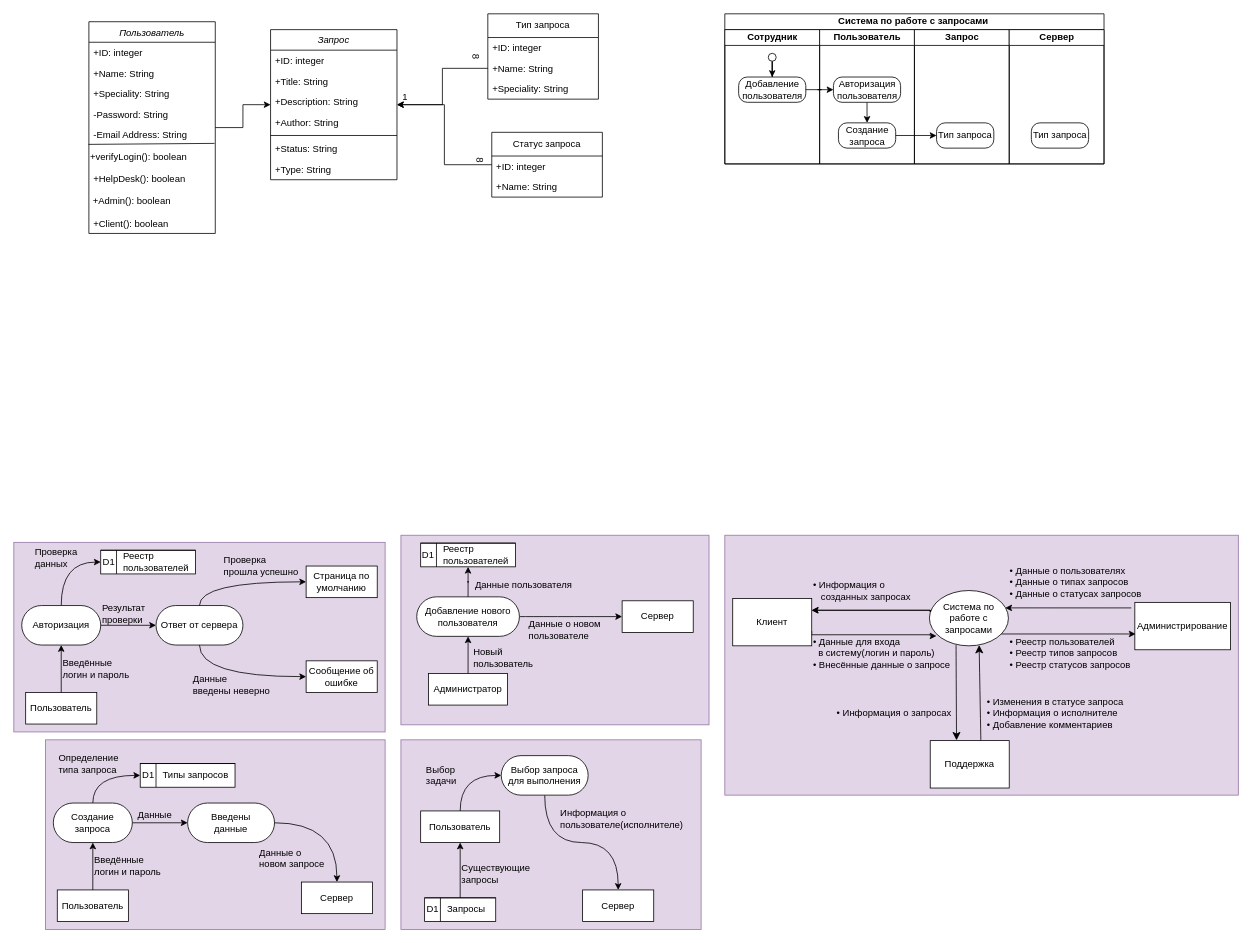
This is Диаграмма без названия.drawio from Fuamau/BlogProvider, a draw.io file, before an edit. Source tidied: cells renumbered, new cells numbered last; positions are measured from the earlier drawing's top-left corner, leaving out a move shared by most shapes. Both pictures are drawn from the tidied source at 79%, with x=0, y=0 at pixel (13, 13).
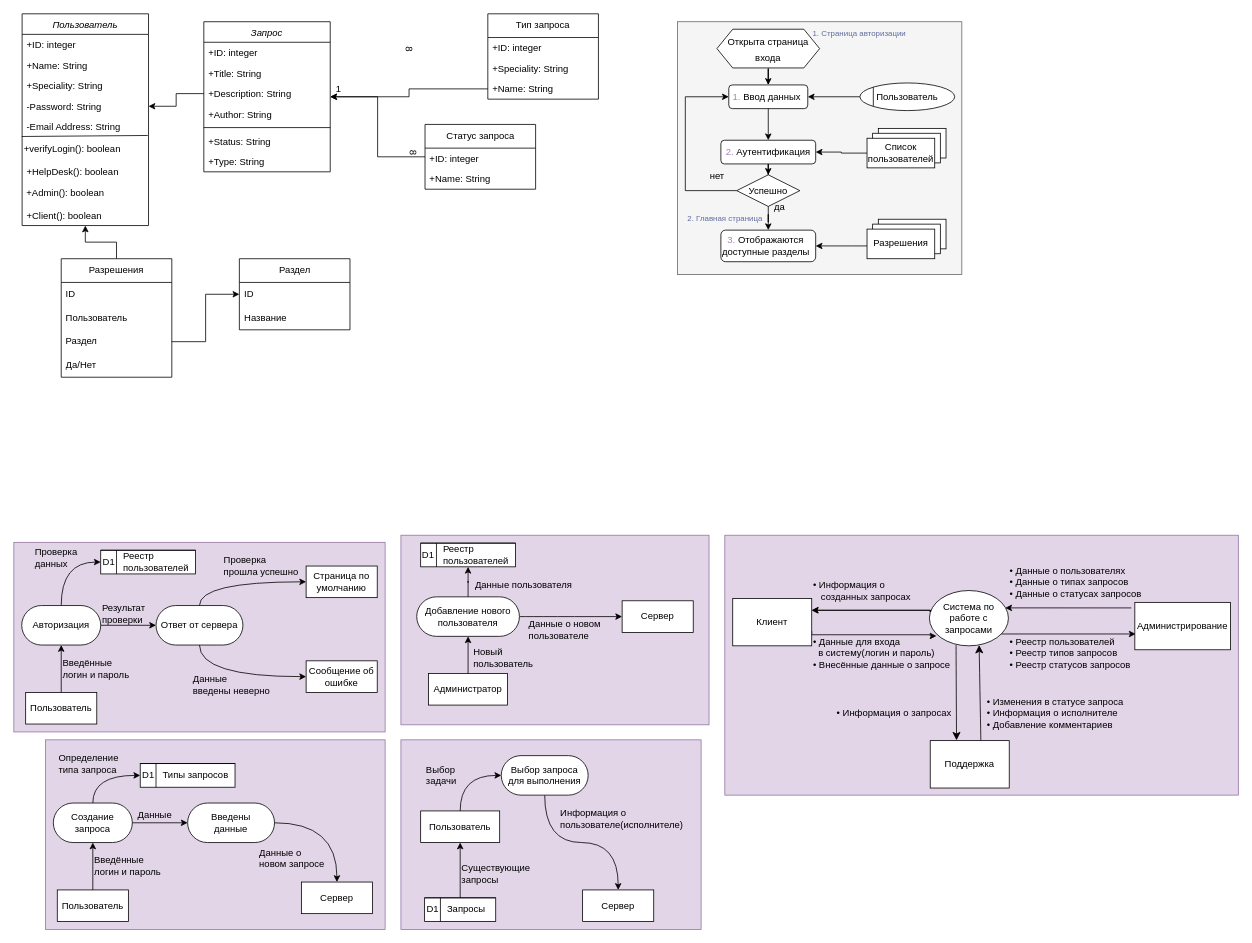
After the change.

Unchanged cells that the change refers to:
```xml
<mxCell id="7" value="-Password: String" style="text;align=left;verticalAlign=top;spacingLeft=4;spacingRight=4;overflow=hidden;points=[[0,0.5],[1,0.5]];portConstraint=eastwest;rounded=0;shadow=0;html=0;" parent="3" vertex="1">
  <mxGeometry y="104" width="160" height="26" as="geometry" />
</mxCell>
<mxCell id="17" value="+Description: String" style="text;align=left;verticalAlign=top;spacingLeft=4;spacingRight=4;overflow=hidden;points=[[0,0.5],[1,0.5]];portConstraint=eastwest;" parent="14" vertex="1">
  <mxGeometry y="78" width="160" height="26" as="geometry" />
</mxCell>
<mxCell id="116" value="Тип запроса" style="swimlane;fontStyle=0;horizontal=1;startSize=30;whiteSpace=wrap;html=1;" parent="1" vertex="1">
  <mxGeometry x="600" width="140" height="108" as="geometry" />
</mxCell>
```

What changed in the source:
```diff
@@
-    <mxCell id="2" style="edgeStyle=orthogonalEdgeStyle;rounded=0;jettySize=auto;html=1;" parent="1" edge="1" source="3" target="14">
-      <mxGeometry relative="1" as="geometry" />
-    </mxCell>
     <mxCell id="3" value="Пользователь" style="swimlane;fontStyle=2;align=center;verticalAlign=top;horizontal=1;startSize=26;rounded=0;shadow=0;strokeWidth=1;" parent="1" vertex="1">
-      <mxGeometry x="95" y="10" width="160" height="268" as="geometry" />
+      <mxGeometry x="10.5" width="160" height="268" as="geometry" />
     </mxCell>
@@
     <mxCell id="14" value="Запрос" style="swimlane;fontStyle=2;align=center;verticalAlign=top;horizontal=1;startSize=26;rounded=0;shadow=0;strokeWidth=1;" parent="1" vertex="1">
-      <mxGeometry x="325" y="20" width="160" height="190" as="geometry" />
+      <mxGeometry x="240.5" y="10" width="160" height="190" as="geometry" />
     </mxCell>
@@
-    <mxCell id="71" value="Система по работе с запросами&amp;nbsp;" style="swimlane;startSize=20;html=1;" parent="1" vertex="1">
-      <mxGeometry x="900" width="480" height="190" as="geometry" />
-    </mxCell>
-    <mxCell id="72" value="Сотрудник" style="swimlane;startSize=20;html=1;" parent="71" vertex="1">
-      <mxGeometry y="20" width="120" height="170" as="geometry" />
-    </mxCell>
-    <mxCell id="73" style="edgeStyle=orthogonalEdgeStyle;rounded=0;jettySize=auto;html=1;entryX=0.5;entryY=0;entryDx=0;entryDy=0;" parent="72" edge="1" source="74" target="75">
-      <mxGeometry relative="1" as="geometry" />
-    </mxCell>
-    <mxCell id="74" style="ellipse;whiteSpace=wrap;html=1;" parent="72" vertex="1">
-      <mxGeometry x="55" y="30" width="10" height="10" as="geometry" />
-    </mxCell>
-    <mxCell id="75" value="Добавление пользователя" style="rounded=1;whiteSpace=wrap;html=1;arcSize=34;" parent="72" vertex="1">
-      <mxGeometry x="17.5" y="60" width="85" height="32" as="geometry" />
-    </mxCell>
-    <mxCell id="76" value="Пользователь" style="swimlane;startSize=20;html=1;" parent="71" vertex="1">
-      <mxGeometry x="120" y="20" width="120" height="170" as="geometry" />
-    </mxCell>
-    <mxCell id="77" style="edgeStyle=orthogonalEdgeStyle;rounded=0;jettySize=auto;html=1;exitX=0.5;exitY=1;exitDx=0;exitDy=0;entryX=0.5;entryY=0;entryDx=0;entryDy=0;" parent="76" edge="1" source="78" target="79">
-      <mxGeometry relative="1" as="geometry" />
-    </mxCell>
-    <mxCell id="78" value="Авторизация пользователя" style="rounded=1;whiteSpace=wrap;html=1;arcSize=34;" parent="76" vertex="1">
-      <mxGeometry x="17.5" y="60" width="85" height="32" as="geometry" />
-    </mxCell>
-    <mxCell id="79" value="Создание запроса" style="rounded=1;whiteSpace=wrap;html=1;arcSize=34;" parent="76" vertex="1">
-      <mxGeometry x="23.8" y="118" width="72.5" height="32" as="geometry" />
-    </mxCell>
-    <mxCell id="80" value="Запрос" style="swimlane;startSize=20;html=1;" parent="71" vertex="1">
-      <mxGeometry x="240" y="20" width="120" height="170" as="geometry" />
-    </mxCell>
-    <mxCell id="81" value="Тип запроса" style="rounded=1;whiteSpace=wrap;html=1;arcSize=34;" parent="80" vertex="1">
-      <mxGeometry x="28" y="118" width="72.5" height="32" as="geometry" />
-    </mxCell>
-    <mxCell id="82" style="edgeStyle=orthogonalEdgeStyle;rounded=0;jettySize=auto;html=1;entryX=0;entryY=0.5;entryDx=0;entryDy=0;" parent="71" edge="1" source="75" target="78">
-      <mxGeometry relative="1" as="geometry" />
-    </mxCell>
-    <mxCell id="83" style="edgeStyle=orthogonalEdgeStyle;rounded=0;jettySize=auto;html=1;entryX=0;entryY=0.5;entryDx=0;entryDy=0;" parent="71" edge="1" source="79" target="81">
-      <mxGeometry relative="1" as="geometry" />
-    </mxCell>
-    <mxCell id="84" value="Сервер" style="swimlane;startSize=20;html=1;" parent="71" vertex="1">
-      <mxGeometry x="360" y="20" width="120" height="170" as="geometry" />
-    </mxCell>
-    <mxCell id="85" value="Тип запроса" style="rounded=1;whiteSpace=wrap;html=1;arcSize=34;" parent="84" vertex="1">
-      <mxGeometry x="28" y="118" width="72.5" height="32" as="geometry" />
-    </mxCell>
@@
+    <mxCell id="119" value="+Speciality: String" style="text;align=left;verticalAlign=top;spacingLeft=4;spacingRight=4;overflow=hidden;" parent="116" vertex="1">
+      <mxGeometry y="56" width="140" height="26" as="geometry" />
+    </mxCell>
     <mxCell id="118" value="+Name: String" style="text;align=left;verticalAlign=top;spacingLeft=4;spacingRight=4;overflow=hidden;points=[[0,0.5],[1,0.5]];portConstraint=eastwest;" parent="116" vertex="1">
-      <mxGeometry y="56" width="140" height="26" as="geometry" />
+      <mxGeometry y="82" width="140" height="26" as="geometry" />
     </mxCell>
-    <mxCell id="119" value="+Speciality: String" style="text;align=left;verticalAlign=top;spacingLeft=4;spacingRight=4;overflow=hidden;" parent="116" vertex="1">
-      <mxGeometry y="82" width="140" height="26" as="geometry" />
-    </mxCell>
@@
     <mxCell id="122" value="Статус запроса" style="swimlane;fontStyle=0;horizontal=1;startSize=30;whiteSpace=wrap;html=1;" parent="1" vertex="1">
-      <mxGeometry x="605" y="150" width="140" height="82" as="geometry" />
+      <mxGeometry x="520.5" y="140" width="140" height="82" as="geometry" />
     </mxCell>
@@
     <mxCell id="125" value="8" style="text;html=1;align=center;verticalAlign=middle;strokeColor=none;fillColor=none;rotation=91;" parent="1" vertex="1">
-      <mxGeometry x="570" y="39" width="30" height="30" as="geometry" />
+      <mxGeometry x="485.5" y="29" width="30" height="30" as="geometry" />
     </mxCell>
     <mxCell id="126" value="8" style="text;html=1;align=center;verticalAlign=middle;strokeColor=none;fillColor=none;rotation=91;" parent="1" vertex="1">
-      <mxGeometry x="575" y="170" width="30" height="30" as="geometry" />
+      <mxGeometry x="490.5" y="160" width="30" height="30" as="geometry" />
     </mxCell>
     <mxCell id="127" value="1" style="text;html=1;align=center;verticalAlign=middle;strokeColor=none;fillColor=none;" parent="1" vertex="1">
-      <mxGeometry x="480" y="90" width="30" height="30" as="geometry" />
+      <mxGeometry x="395.5" y="80" width="30" height="30" as="geometry" />
     </mxCell>
+    <mxCell id="128" style="group;" parent="1" vertex="1">
+      <mxGeometry x="840" y="10" width="360" height="320" as="geometry" />
+    </mxCell>
+    <mxCell id="129" style="text;align=left;verticalAlign=middle;spacingTop=-1;spacingLeft=4;spacingRight=4;labelPosition=right;fillColor=#f5f5f5;strokeColor=#666666;fontColor=#333333;" parent="128" vertex="1">
+      <mxGeometry width="360" height="320" as="geometry" />
+    </mxCell>
+    <mxCell id="130" value="&lt;font style=&quot;font-size: 12px;&quot;&gt;Открыта страница входа&lt;/font&gt;" style="shape=hexagon;perimeter=hexagonPerimeter2;whiteSpace=wrap;html=1;fixedSize=1;fontSize=16;" parent="128" vertex="1">
+      <mxGeometry x="50" y="9.5" width="130" height="49" as="geometry" />
+    </mxCell>
+    <mxCell id="131" value="&amp;nbsp;&lt;font color=&quot;#a680b8&quot;&gt;1.&lt;/font&gt; Ввод данных" style="rounded=1;whiteSpace=wrap;html=1;align=left;" parent="128" vertex="1">
+      <mxGeometry x="65" y="80" width="100" height="30" as="geometry" />
+    </mxCell>
+    <mxCell id="132" style="edgeStyle=orthogonalEdgeStyle;rounded=0;jettySize=auto;html=1;entryX=0.5;entryY=0;entryDx=0;entryDy=0;" parent="128" edge="1" source="130" target="131">
+      <mxGeometry relative="1" as="geometry" />
+    </mxCell>
+    <mxCell id="133" style="edgeStyle=orthogonalEdgeStyle;rounded=0;jettySize=auto;html=1;entryX=0.5;entryY=0;entryDx=0;entryDy=0;" parent="128" edge="1" source="134" target="141">
+      <mxGeometry relative="1" as="geometry" />
+    </mxCell>
+    <mxCell id="134" value="&lt;font color=&quot;#a680b8&quot;&gt;2.&lt;/font&gt; Аутентификация" style="rounded=1;whiteSpace=wrap;html=1;" parent="128" vertex="1">
+      <mxGeometry x="55" y="150" width="120" height="30" as="geometry" />
+    </mxCell>
+    <mxCell id="135" style="edgeStyle=orthogonalEdgeStyle;rounded=0;jettySize=auto;html=1;entryX=0.5;entryY=0;entryDx=0;entryDy=0;" parent="128" edge="1" source="131" target="134">
+      <mxGeometry relative="1" as="geometry" />
+    </mxCell>
+    <mxCell id="136" style="edgeStyle=orthogonalEdgeStyle;rounded=0;jettySize=auto;html=1;entryX=1;entryY=0.5;entryDx=0;entryDy=0;" parent="128" edge="1" source="137" target="131">
+      <mxGeometry relative="1" as="geometry" />
+    </mxCell>
+    <mxCell id="137" value="Пользователь" style="ellipse;whiteSpace=wrap;html=1;" parent="128" vertex="1">
+      <mxGeometry x="231" y="77.5" width="120" height="35" as="geometry" />
+    </mxCell>
+    <mxCell id="138" style="edgeStyle=orthogonalEdgeStyle;rounded=0;orthogonalLoop=1;jettySize=auto;html=1;exitX=0;exitY=0;exitDx=0;exitDy=0;entryX=0;entryY=1;entryDx=0;entryDy=0;endArrow=none;endFill=0;" parent="128" edge="1" source="137" target="137">
+      <mxGeometry relative="1" as="geometry" />
+    </mxCell>
+    <mxCell id="139" style="edgeStyle=orthogonalEdgeStyle;rounded=0;jettySize=auto;html=1;entryX=1;entryY=0.5;entryDx=0;entryDy=0;" parent="128" edge="1" source="151" target="134">
+      <mxGeometry relative="1" as="geometry" />
+    </mxCell>
+    <mxCell id="140" style="edgeStyle=orthogonalEdgeStyle;rounded=0;jettySize=auto;html=1;entryX=0;entryY=0.5;entryDx=0;entryDy=0;exitX=0;exitY=0.5;exitDx=0;exitDy=0;" parent="128" edge="1" source="141" target="131">
+      <mxGeometry relative="1" as="geometry">
+        <Array as="points">
+          <mxPoint x="10" y="214" />
+          <mxPoint x="10" y="95" />
+        </Array>
+      </mxGeometry>
+    </mxCell>
+    <mxCell id="141" value="Успешно" style="rhombus;whiteSpace=wrap;html=1;" parent="128" vertex="1">
+      <mxGeometry x="75" y="193.8" width="80" height="40" as="geometry" />
+    </mxCell>
+    <mxCell id="142" value="нет" style="text;html=1;align=center;verticalAlign=middle;strokeColor=none;fillColor=none;" parent="128" vertex="1">
+      <mxGeometry x="30" y="180" width="40" height="30" as="geometry" />
+    </mxCell>
+    <mxCell id="143" value="&lt;font color=&quot;#a680b8&quot;&gt;&amp;nbsp; 3.&lt;/font&gt;&amp;nbsp;Отображаются доступные разделы" style="rounded=1;whiteSpace=wrap;html=1;align=left;" parent="128" vertex="1">
+      <mxGeometry x="55" y="263.8" width="120" height="40" as="geometry" />
+    </mxCell>
+    <mxCell id="144" style="edgeStyle=orthogonalEdgeStyle;rounded=0;jettySize=auto;html=1;entryX=0.5;entryY=0;entryDx=0;entryDy=0;" parent="128" edge="1" source="141" target="143">
+      <mxGeometry relative="1" as="geometry" />
+    </mxCell>
+    <mxCell id="145" value="да" style="text;html=1;align=center;verticalAlign=middle;strokeColor=none;fillColor=none;" parent="128" vertex="1">
+      <mxGeometry x="109" y="220" width="40" height="30" as="geometry" />
+    </mxCell>
+    <mxCell id="146" style="edgeStyle=orthogonalEdgeStyle;rounded=0;jettySize=auto;html=1;entryX=1;entryY=0.5;entryDx=0;entryDy=0;" parent="128" edge="1" source="155" target="143">
+      <mxGeometry relative="1" as="geometry">
+        <Array as="points">
+          <mxPoint x="220" y="284" />
+        </Array>
+      </mxGeometry>
+    </mxCell>
+    <mxCell id="147" value="&lt;font color=&quot;#606c9f&quot; style=&quot;font-size: 10px;&quot;&gt;1. Страница авторизации&lt;/font&gt;" style="text;html=1;align=center;verticalAlign=middle;strokeColor=none;fillColor=none;" parent="128" vertex="1">
+      <mxGeometry x="160" width="140" height="30" as="geometry" />
+    </mxCell>
+    <mxCell id="148" style="group;" parent="128" vertex="1">
+      <mxGeometry x="240" y="135" width="100" height="50" as="geometry" />
+    </mxCell>
+    <mxCell id="149" style="rounded=0;whiteSpace=wrap;html=1;" parent="148" vertex="1">
+      <mxGeometry x="14.3" width="85.7" height="37.5" as="geometry" />
+    </mxCell>
+    <mxCell id="150" style="rounded=0;whiteSpace=wrap;html=1;" parent="148" vertex="1">
+      <mxGeometry x="7.1" y="6.2" width="85.7" height="37.5" as="geometry" />
+    </mxCell>
+    <mxCell id="151" value="Список пользователей" style="rounded=0;whiteSpace=wrap;html=1;" parent="148" vertex="1">
+      <mxGeometry y="12.5" width="85.7" height="37.5" as="geometry" />
+    </mxCell>
+    <mxCell id="152" style="group;" parent="128" vertex="1">
+      <mxGeometry x="240" y="250" width="100" height="50" as="geometry" />
+    </mxCell>
+    <mxCell id="153" style="rounded=0;whiteSpace=wrap;html=1;" parent="152" vertex="1">
+      <mxGeometry x="14.3" width="85.7" height="37.5" as="geometry" />
+    </mxCell>
+    <mxCell id="154" style="rounded=0;whiteSpace=wrap;html=1;" parent="152" vertex="1">
+      <mxGeometry x="7.1" y="6.2" width="85.7" height="37.5" as="geometry" />
+    </mxCell>
+    <mxCell id="155" value="Разрешения" style="rounded=0;whiteSpace=wrap;html=1;" parent="152" vertex="1">
+      <mxGeometry y="12.5" width="85.7" height="37.5" as="geometry" />
+    </mxCell>
+    <mxCell id="156" value="&lt;font color=&quot;#606c9f&quot; style=&quot;font-size: 10px;&quot;&gt;2. Главная страница&lt;/font&gt;" style="text;html=1;align=center;verticalAlign=middle;strokeColor=none;fillColor=none;" parent="128" vertex="1">
+      <mxGeometry y="233.8" width="120" height="30" as="geometry" />
+    </mxCell>
+    <mxCell id="157" style="edgeStyle=orthogonalEdgeStyle;rounded=0;jettySize=auto;html=1;" parent="1" edge="1" source="158" target="3">
+      <mxGeometry relative="1" as="geometry" />
+    </mxCell>
+    <mxCell id="158" value="Разрешения" style="swimlane;fontStyle=0;horizontal=1;startSize=30;whiteSpace=wrap;html=1;" parent="1" vertex="1">
+      <mxGeometry x="60" y="310" width="140" height="150" as="geometry" />
+    </mxCell>
+    <mxCell id="159" value="ID" style="text;strokeColor=none;fillColor=none;align=left;verticalAlign=middle;spacingLeft=4;spacingRight=4;overflow=hidden;whiteSpace=wrap;html=1;" parent="158" vertex="1">
+      <mxGeometry y="30" width="140" height="30" as="geometry" />
+    </mxCell>
+    <mxCell id="160" value="Пользователь" style="text;strokeColor=none;fillColor=none;align=left;verticalAlign=middle;spacingLeft=4;spacingRight=4;overflow=hidden;whiteSpace=wrap;html=1;" parent="158" vertex="1">
+      <mxGeometry y="60" width="140" height="30" as="geometry" />
+    </mxCell>
+    <mxCell id="161" value="Раздел" style="text;strokeColor=none;fillColor=none;align=left;verticalAlign=middle;spacingLeft=4;spacingRight=4;overflow=hidden;points=[[0,0.5],[1,0.5]];portConstraint=eastwest;whiteSpace=wrap;html=1;" parent="158" vertex="1">
+      <mxGeometry y="90" width="140" height="30" as="geometry" />
+    </mxCell>
+    <mxCell id="162" value="Да/Нет" style="text;strokeColor=none;fillColor=none;align=left;verticalAlign=middle;spacingLeft=4;spacingRight=4;overflow=hidden;whiteSpace=wrap;html=1;" parent="158" vertex="1">
+      <mxGeometry y="120" width="140" height="30" as="geometry" />
+    </mxCell>
+    <mxCell id="163" value="Раздел" style="swimlane;fontStyle=0;horizontal=1;startSize=30;whiteSpace=wrap;html=1;" parent="1" vertex="1">
+      <mxGeometry x="285.5" y="310" width="140" height="90" as="geometry" />
+    </mxCell>
+    <mxCell id="164" value="ID" style="text;strokeColor=none;fillColor=none;align=left;verticalAlign=middle;spacingLeft=4;spacingRight=4;overflow=hidden;whiteSpace=wrap;html=1;" parent="163" vertex="1">
+      <mxGeometry y="30" width="140" height="30" as="geometry" />
+    </mxCell>
+    <mxCell id="165" value="Название" style="text;strokeColor=none;fillColor=none;align=left;verticalAlign=middle;spacingLeft=4;spacingRight=4;overflow=hidden;whiteSpace=wrap;html=1;" parent="163" vertex="1">
+      <mxGeometry y="60" width="140" height="30" as="geometry" />
+    </mxCell>
+    <mxCell id="166" style="edgeStyle=orthogonalEdgeStyle;rounded=0;jettySize=auto;html=1;entryX=0;entryY=0.5;entryDx=0;entryDy=0;" parent="1" edge="1" source="161" target="163">
+      <mxGeometry relative="1" as="geometry" />
+    </mxCell>
+    <mxCell id="167" style="edgeStyle=orthogonalEdgeStyle;rounded=0;jettySize=auto;html=1;entryX=1;entryY=0.5;entryDx=0;entryDy=0;" parent="1" edge="1" source="17" target="7">
+      <mxGeometry relative="1" as="geometry" />
+    </mxCell>
```
